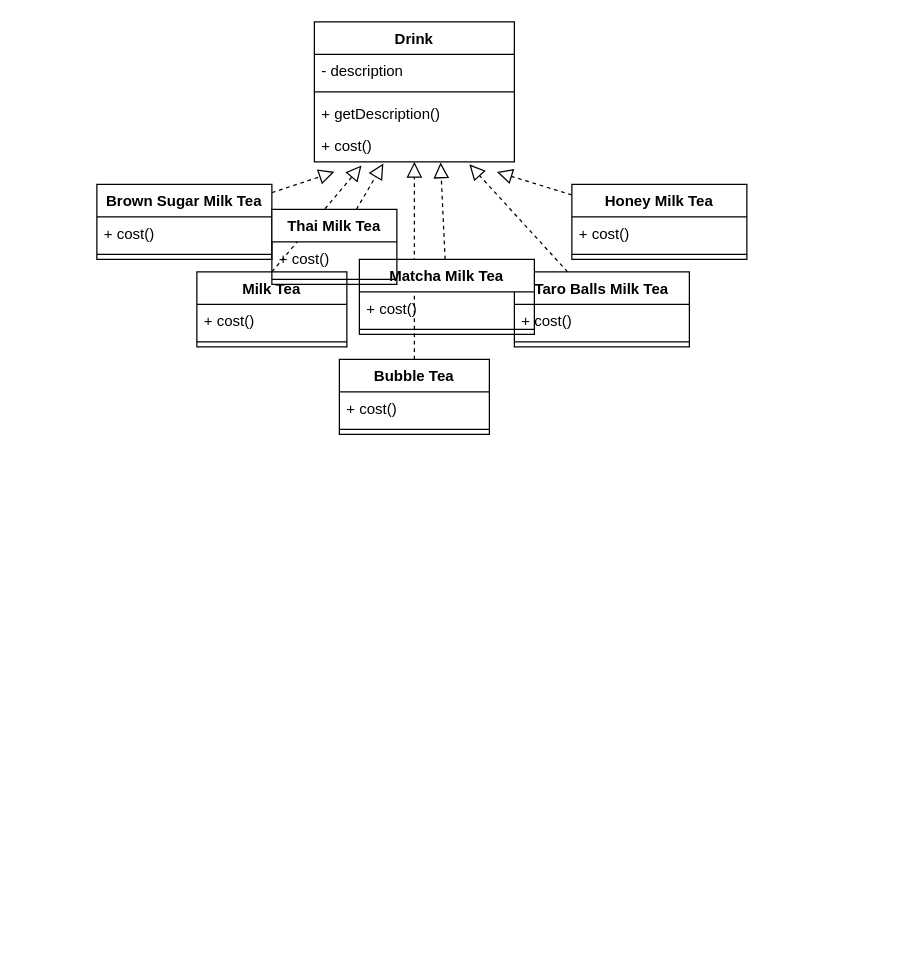
memorykghs/Design-Pattern keeps this draw.io diagram as UML/Decorator.drawio. Above is the earlier version. Source tidied: cells renumbered, new cells numbered last; positions are measured from the earlier drawing's top-left corner, leaving out a move shared by most shapes. Both pictures are drawn from the tidied source at 125%, with x=0, y=0 at pixel (96, 21).
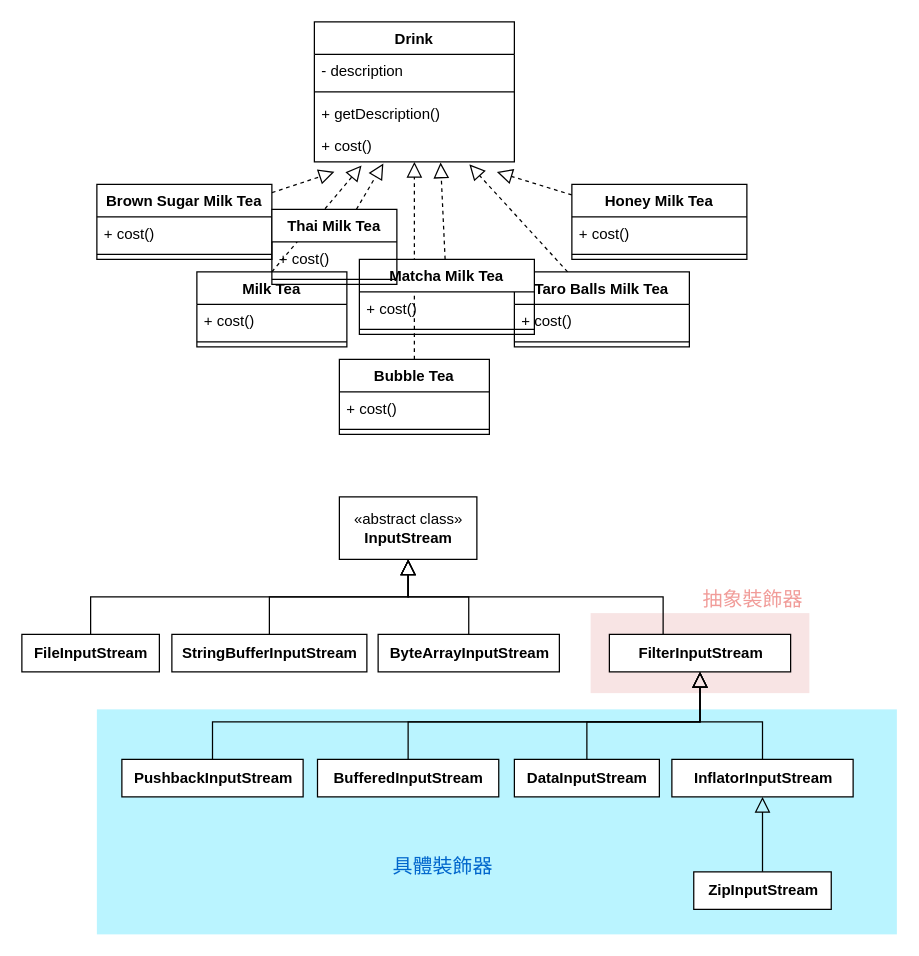
Above is the later version.

Diff of the diagram source:
```diff
@@
+    <mxCell id="35" style="rounded=0;whiteSpace=wrap;html=1;strokeColor=none;fillColor=#F8E4E4;" parent="1" vertex="1">
+      <mxGeometry x="395" y="473" width="175" height="64" as="geometry" />
+    </mxCell>
+    <mxCell id="36" style="rounded=0;whiteSpace=wrap;html=1;strokeColor=none;fillColor=#BAF4FF;" parent="1" vertex="1">
+      <mxGeometry y="550" width="640" height="180" as="geometry" />
+    </mxCell>
@@
+    <mxCell id="37" value="«abstract class»&lt;br&gt;&lt;b&gt;InputStream&lt;/b&gt;" style="html=1;" parent="1" vertex="1">
+      <mxGeometry x="194" y="380" width="110" height="50" as="geometry" />
+    </mxCell>
+    <mxCell id="38" style="edgeStyle=orthogonalEdgeStyle;rounded=0;jettySize=auto;html=1;entryX=0.5;entryY=1;entryDx=0;entryDy=0;endSize=10;endArrow=block;endFill=0;" parent="1" edge="1" source="39" target="37">
+      <mxGeometry relative="1" as="geometry">
+        <Array as="points">
+          <mxPoint x="-5" y="460" />
+          <mxPoint x="249" y="460" />
+        </Array>
+      </mxGeometry>
+    </mxCell>
+    <mxCell id="39" value="&lt;b&gt;FileInputStream&lt;/b&gt;" style="html=1;" parent="1" vertex="1">
+      <mxGeometry x="-60" y="490" width="110" height="30" as="geometry" />
+    </mxCell>
+    <mxCell id="40" style="edgeStyle=orthogonalEdgeStyle;rounded=0;jettySize=auto;html=1;entryX=0.5;entryY=1;entryDx=0;entryDy=0;endArrow=block;endFill=0;endSize=10;" parent="1" edge="1" source="41" target="37">
+      <mxGeometry relative="1" as="geometry" />
+    </mxCell>
+    <mxCell id="41" value="&lt;b&gt;StringBufferInputStream&lt;/b&gt;" style="html=1;" parent="1" vertex="1">
+      <mxGeometry x="60" y="490" width="156" height="30" as="geometry" />
+    </mxCell>
+    <mxCell id="42" style="edgeStyle=orthogonalEdgeStyle;rounded=0;jettySize=auto;html=1;entryX=0.5;entryY=1;entryDx=0;entryDy=0;endArrow=block;endFill=0;endSize=10;" parent="1" edge="1" source="43" target="37">
+      <mxGeometry relative="1" as="geometry" />
+    </mxCell>
+    <mxCell id="43" value="&lt;b&gt;ByteArrayInputStream&lt;/b&gt;" style="html=1;" parent="1" vertex="1">
+      <mxGeometry x="225" y="490" width="145" height="30" as="geometry" />
+    </mxCell>
+    <mxCell id="44" style="edgeStyle=orthogonalEdgeStyle;rounded=0;jettySize=auto;html=1;entryX=0.5;entryY=1;entryDx=0;entryDy=0;endArrow=block;endFill=0;endSize=10;" parent="1" edge="1" source="45" target="37">
+      <mxGeometry relative="1" as="geometry">
+        <Array as="points">
+          <mxPoint x="453" y="460" />
+          <mxPoint x="249" y="460" />
+        </Array>
+      </mxGeometry>
+    </mxCell>
+    <mxCell id="45" value="&lt;b&gt;FilterInputStream&lt;/b&gt;" style="html=1;" parent="1" vertex="1">
+      <mxGeometry x="410" y="490" width="145" height="30" as="geometry" />
+    </mxCell>
+    <mxCell id="46" style="edgeStyle=orthogonalEdgeStyle;rounded=0;jettySize=auto;html=1;endArrow=block;endFill=0;endSize=10;entryX=0.5;entryY=1;entryDx=0;entryDy=0;" parent="1" edge="1" source="47" target="45">
+      <mxGeometry relative="1" as="geometry">
+        <Array as="points">
+          <mxPoint x="93" y="560" />
+          <mxPoint x="483" y="560" />
+          <mxPoint x="483" y="520" />
+        </Array>
+      </mxGeometry>
+    </mxCell>
+    <mxCell id="47" value="&lt;b&gt;PushbackInputStream&lt;/b&gt;" style="html=1;" parent="1" vertex="1">
+      <mxGeometry x="20" y="590" width="145" height="30" as="geometry" />
+    </mxCell>
+    <mxCell id="48" style="edgeStyle=orthogonalEdgeStyle;rounded=0;jettySize=auto;html=1;entryX=0.5;entryY=1;entryDx=0;entryDy=0;endArrow=block;endFill=0;endSize=10;" parent="1" edge="1" source="49" target="45">
+      <mxGeometry relative="1" as="geometry">
+        <Array as="points">
+          <mxPoint x="249" y="560" />
+          <mxPoint x="483" y="560" />
+          <mxPoint x="483" y="520" />
+        </Array>
+      </mxGeometry>
+    </mxCell>
+    <mxCell id="49" value="&lt;b&gt;BufferedInputStream&lt;/b&gt;" style="html=1;" parent="1" vertex="1">
+      <mxGeometry x="176.5" y="590" width="145" height="30" as="geometry" />
+    </mxCell>
+    <mxCell id="50" style="edgeStyle=orthogonalEdgeStyle;rounded=0;jettySize=auto;html=1;entryX=0.5;entryY=1;entryDx=0;entryDy=0;endArrow=block;endFill=0;endSize=10;" parent="1" edge="1" source="51" target="45">
+      <mxGeometry relative="1" as="geometry">
+        <Array as="points">
+          <mxPoint x="392" y="560" />
+          <mxPoint x="483" y="560" />
+          <mxPoint x="483" y="520" />
+        </Array>
+      </mxGeometry>
+    </mxCell>
+    <mxCell id="51" value="&lt;b&gt;DataInputStream&lt;/b&gt;" style="html=1;" parent="1" vertex="1">
+      <mxGeometry x="334" y="590" width="116" height="30" as="geometry" />
+    </mxCell>
+    <mxCell id="52" style="edgeStyle=orthogonalEdgeStyle;rounded=0;jettySize=auto;html=1;entryX=0.5;entryY=1;entryDx=0;entryDy=0;endArrow=block;endFill=0;endSize=10;" parent="1" edge="1" source="53" target="45">
+      <mxGeometry relative="1" as="geometry">
+        <Array as="points">
+          <mxPoint x="533" y="560" />
+          <mxPoint x="483" y="560" />
+          <mxPoint x="483" y="520" />
+        </Array>
+      </mxGeometry>
+    </mxCell>
+    <mxCell id="53" value="&lt;b&gt;InflatorInputStream&lt;/b&gt;" style="html=1;" parent="1" vertex="1">
+      <mxGeometry x="460" y="590" width="145" height="30" as="geometry" />
+    </mxCell>
+    <mxCell id="54" style="edgeStyle=orthogonalEdgeStyle;rounded=0;jettySize=auto;html=1;entryX=0.5;entryY=1;entryDx=0;entryDy=0;endArrow=block;endFill=0;endSize=10;" parent="1" edge="1" source="55" target="53">
+      <mxGeometry relative="1" as="geometry" />
+    </mxCell>
+    <mxCell id="55" value="&lt;b&gt;ZipInputStream&lt;/b&gt;" style="html=1;" parent="1" vertex="1">
+      <mxGeometry x="477.5" y="680" width="110" height="30" as="geometry" />
+    </mxCell>
+    <mxCell id="56" value="具體裝飾器" style="text;html=1;strokeColor=none;fillColor=none;align=center;verticalAlign=middle;whiteSpace=wrap;rounded=0;fontSize=16;fontColor=#0066CC;" parent="1" vertex="1">
+      <mxGeometry x="231.5" y="660" width="90" height="30" as="geometry" />
+    </mxCell>
+    <mxCell id="57" value="&lt;font color=&quot;#f19c99&quot;&gt;抽象裝飾器&lt;/font&gt;" style="text;html=1;strokeColor=none;fillColor=none;align=center;verticalAlign=middle;whiteSpace=wrap;rounded=0;fontSize=16;" parent="1" vertex="1">
+      <mxGeometry x="480" y="447" width="90" height="30" as="geometry" />
+    </mxCell>
```
